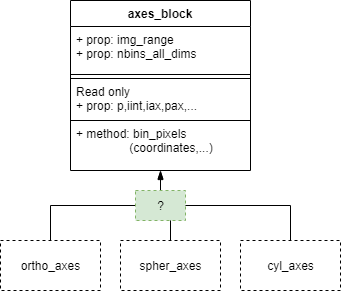
Above: documentation/diagrams/axes_block.png in pace-neutrons/Horace (draw.io), before the change. Source tidied: cells renumbered, new cells last; positions are measured from the earlier drawing's top-left corner, leaving out a move shared by most shapes. Its diagram source:
```xml
<mxGraphModel>
  <root>
    <mxCell id="0" />
    <mxCell id="1" parent="0" />
    <mxCell id="2" value="axes_block" style="swimlane;fontStyle=1;align=center;verticalAlign=top;horizontal=1;startSize=26;" parent="1" vertex="1">
      <mxGeometry x="70" width="180" height="170" as="geometry" />
    </mxCell>
    <mxCell id="3" value="+ prop: img_range&#10;+ prop: nbins_all_dims" style="text;strokeColor=none;fillColor=none;align=left;verticalAlign=top;spacingLeft=4;spacingRight=4;overflow=hidden;" parent="2" vertex="1">
      <mxGeometry y="26" width="180" height="44" as="geometry" />
    </mxCell>
    <mxCell id="4" style="line;strokeWidth=1;fillColor=none;align=left;verticalAlign=middle;spacingTop=-1;spacingLeft=3;spacingRight=3;labelPosition=right;" parent="2" vertex="1">
      <mxGeometry y="70" width="180" height="8" as="geometry" />
    </mxCell>
    <mxCell id="5" value="Read only&#10;+ prop: p,iint,iax,pax,...&#10;" style="text;fillColor=none;align=left;verticalAlign=top;spacingLeft=4;spacingRight=4;overflow=hidden;perimeterSpacing=1;strokeColor=#000000;" parent="2" vertex="1">
      <mxGeometry y="78" width="180" height="42" as="geometry" />
    </mxCell>
    <mxCell id="6" value="+ method: bin_pixels&#10;                (coordinates,...)" style="text;strokeColor=none;fillColor=none;align=left;verticalAlign=top;spacingLeft=4;spacingRight=4;overflow=hidden;points=[[0,0.5],[1,0.5]];portConstraint=eastwest;" parent="2" vertex="1">
      <mxGeometry y="120" width="180" height="50" as="geometry" />
    </mxCell>
    <mxCell id="7" style="edgeStyle=orthogonalEdgeStyle;rounded=0;jettySize=auto;html=1;entryX=0.5;entryY=1.02;entryDx=0;entryDy=0;entryPerimeter=0;endArrow=blockThin;endFill=1;" parent="1" edge="1" source="8" target="6">
      <mxGeometry relative="1" as="geometry" />
    </mxCell>
    <mxCell id="8" value="ortho_axes" style="html=1;strokeColor=#000000;dashed=1;" parent="1" vertex="1">
      <mxGeometry y="240" width="100" height="50" as="geometry" />
    </mxCell>
    <mxCell id="9" style="edgeStyle=orthogonalEdgeStyle;rounded=0;jettySize=auto;html=1;entryX=0.5;entryY=1;entryDx=0;entryDy=0;entryPerimeter=0;endArrow=blockThin;endFill=1;" parent="1" edge="1" source="10" target="6">
      <mxGeometry relative="1" as="geometry" />
    </mxCell>
    <mxCell id="10" value="cyl_axes" style="html=1;strokeColor=#000000;dashed=1;" parent="1" vertex="1">
      <mxGeometry x="240" y="240" width="100" height="50" as="geometry" />
    </mxCell>
    <mxCell id="11" style="edgeStyle=orthogonalEdgeStyle;rounded=0;jettySize=auto;html=1;exitX=0.5;exitY=0;exitDx=0;exitDy=0;endArrow=blockThin;endFill=1;" parent="1" edge="1" source="12">
      <mxGeometry relative="1" as="geometry">
        <mxPoint x="160" y="190" as="targetPoint" />
      </mxGeometry>
    </mxCell>
    <mxCell id="12" value="spher_axes" style="html=1;strokeColor=#000000;dashed=1;" parent="1" vertex="1">
      <mxGeometry x="120" y="240" width="100" height="50" as="geometry" />
    </mxCell>
    <mxCell id="13" value="?" style="html=1;dashed=1;strokeColor=#82b366;fillColor=#d5e8d4;" parent="1" vertex="1">
      <mxGeometry x="135" y="190" width="50" height="30" as="geometry" />
    </mxCell>
  </root>
</mxGraphModel>
```
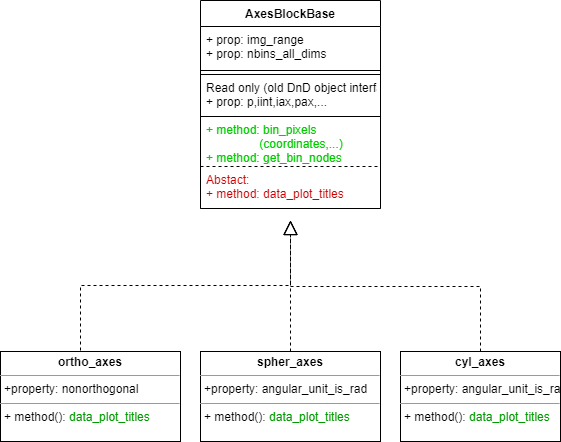
The same diagram one commit later.

Commit message:
Re #1084 updated information about sqw object design

The edit, as a diff of the source:
```diff
@@ -2,43 +2,48 @@
   <root>
     <mxCell id="0" />
     <mxCell id="1" parent="0" />
-    <mxCell id="2" value="axes_block" style="swimlane;fontStyle=1;align=center;verticalAlign=top;horizontal=1;startSize=26;" parent="1" vertex="1">
-      <mxGeometry x="70" width="180" height="170" as="geometry" />
+    <mxCell id="2" value="AxesBlockBase" style="swimlane;fontStyle=1;align=center;verticalAlign=top;horizontal=1;startSize=26;" parent="1" vertex="1">
+      <mxGeometry x="70" width="180" height="208" as="geometry" />
     </mxCell>
     <mxCell id="3" value="+ prop: img_range&#10;+ prop: nbins_all_dims" style="text;strokeColor=none;fillColor=none;align=left;verticalAlign=top;spacingLeft=4;spacingRight=4;overflow=hidden;" parent="2" vertex="1">
-      <mxGeometry y="26" width="180" height="44" as="geometry" />
+      <mxGeometry y="26" width="180" height="40" as="geometry" />
     </mxCell>
     <mxCell id="4" style="line;strokeWidth=1;fillColor=none;align=left;verticalAlign=middle;spacingTop=-1;spacingLeft=3;spacingRight=3;labelPosition=right;" parent="2" vertex="1">
-      <mxGeometry y="70" width="180" height="8" as="geometry" />
+      <mxGeometry y="66" width="180" height="8" as="geometry" />
     </mxCell>
-    <mxCell id="5" value="Read only&#10;+ prop: p,iint,iax,pax,...&#10;" style="text;fillColor=none;align=left;verticalAlign=top;spacingLeft=4;spacingRight=4;overflow=hidden;perimeterSpacing=1;strokeColor=#000000;" parent="2" vertex="1">
-      <mxGeometry y="78" width="180" height="42" as="geometry" />
+    <mxCell id="5" value="Read only (old DnD object interface)&#10;+ prop: p,iint,iax,pax,...&#10;" style="text;fillColor=none;align=left;verticalAlign=top;spacingLeft=4;spacingRight=4;overflow=hidden;perimeterSpacing=1;strokeColor=#000000;" parent="2" vertex="1">
+      <mxGeometry y="74" width="180" height="42" as="geometry" />
     </mxCell>
-    <mxCell id="6" value="+ method: bin_pixels&#10;                (coordinates,...)" style="text;strokeColor=none;fillColor=none;align=left;verticalAlign=top;spacingLeft=4;spacingRight=4;overflow=hidden;points=[[0,0.5],[1,0.5]];portConstraint=eastwest;" parent="2" vertex="1">
-      <mxGeometry y="120" width="180" height="50" as="geometry" />
+    <mxCell id="6" value="+ method: bin_pixels&#10;                (coordinates,...)&#10;+ method: get_bin_nodes&#10;" style="text;strokeColor=none;fillColor=none;align=left;verticalAlign=top;spacingLeft=4;spacingRight=4;overflow=hidden;points=[[0,0.5],[1,0.5]];portConstraint=eastwest;fontColor=#00CC00;" parent="2" vertex="1">
+      <mxGeometry y="116" width="180" height="50" as="geometry" />
     </mxCell>
-    <mxCell id="7" style="edgeStyle=orthogonalEdgeStyle;rounded=0;jettySize=auto;html=1;entryX=0.5;entryY=1.02;entryDx=0;entryDy=0;entryPerimeter=0;endArrow=blockThin;endFill=1;" parent="1" edge="1" source="8" target="6">
-      <mxGeometry relative="1" as="geometry" />
-    </mxCell>
-    <mxCell id="8" value="ortho_axes" style="html=1;strokeColor=#000000;dashed=1;" parent="1" vertex="1">
-      <mxGeometry y="240" width="100" height="50" as="geometry" />
-    </mxCell>
-    <mxCell id="9" style="edgeStyle=orthogonalEdgeStyle;rounded=0;jettySize=auto;html=1;entryX=0.5;entryY=1;entryDx=0;entryDy=0;entryPerimeter=0;endArrow=blockThin;endFill=1;" parent="1" edge="1" source="10" target="6">
-      <mxGeometry relative="1" as="geometry" />
-    </mxCell>
-    <mxCell id="10" value="cyl_axes" style="html=1;strokeColor=#000000;dashed=1;" parent="1" vertex="1">
-      <mxGeometry x="240" y="240" width="100" height="50" as="geometry" />
-    </mxCell>
-    <mxCell id="11" style="edgeStyle=orthogonalEdgeStyle;rounded=0;jettySize=auto;html=1;exitX=0.5;exitY=0;exitDx=0;exitDy=0;endArrow=blockThin;endFill=1;" parent="1" edge="1" source="12">
-      <mxGeometry relative="1" as="geometry">
-        <mxPoint x="160" y="190" as="targetPoint" />
-      </mxGeometry>
-    </mxCell>
-    <mxCell id="12" value="spher_axes" style="html=1;strokeColor=#000000;dashed=1;" parent="1" vertex="1">
-      <mxGeometry x="120" y="240" width="100" height="50" as="geometry" />
-    </mxCell>
-    <mxCell id="13" value="?" style="html=1;dashed=1;strokeColor=#82b366;fillColor=#d5e8d4;" parent="1" vertex="1">
-      <mxGeometry x="135" y="190" width="50" height="30" as="geometry" />
-    </mxCell>
+    <mxCell id="14" value="Abstact:&#10;+ method: data_plot_titles" style="text;strokeColor=default;fillColor=none;align=left;verticalAlign=top;spacingLeft=4;spacingRight=4;overflow=hidden;dashed=1;fontColor=#CC0000;" parent="2" vertex="1">
+      <mxGeometry y="166" width="180" height="42" as="geometry" />
+    </mxCell>
+    <mxCell id="15" value="&lt;p style=&quot;margin:0px;margin-top:4px;text-align:center;&quot;&gt;&lt;b&gt;ortho_axes&lt;/b&gt;&lt;/p&gt;&lt;hr size=&quot;1&quot;&gt;&lt;p style=&quot;margin:0px;margin-left:4px;&quot;&gt;+property: nonorthogonal&lt;/p&gt;&lt;hr size=&quot;1&quot;&gt;&lt;p style=&quot;margin:0px;margin-left:4px;&quot;&gt;+ method(): &lt;font color=&quot;#009900&quot;&gt;data_plot_titles&lt;/font&gt;&lt;/p&gt;" style="verticalAlign=top;align=left;overflow=fill;fontSize=12;fontFamily=Helvetica;html=1;whiteSpace=wrap;" parent="1" vertex="1">
+      <mxGeometry x="-130" y="351" width="180" height="90" as="geometry" />
+    </mxCell>
+    <mxCell id="16" value="&lt;p style=&quot;margin:0px;margin-top:4px;text-align:center;&quot;&gt;&lt;b&gt;spher_axes&lt;/b&gt;&lt;/p&gt;&lt;hr size=&quot;1&quot;&gt;&lt;p style=&quot;margin:0px;margin-left:4px;&quot;&gt;+property:&amp;nbsp;angular_unit_is_rad&lt;/p&gt;&lt;hr size=&quot;1&quot;&gt;&lt;p style=&quot;margin:0px;margin-left:4px;&quot;&gt;+ method(): &lt;font color=&quot;#009900&quot;&gt;data_plot_titles&lt;/font&gt;&lt;/p&gt;" style="verticalAlign=top;align=left;overflow=fill;fontSize=12;fontFamily=Helvetica;html=1;whiteSpace=wrap;" parent="1" vertex="1">
+      <mxGeometry x="70" y="351" width="180" height="90" as="geometry" />
+    </mxCell>
+    <mxCell id="17" value="&lt;p style=&quot;margin:0px;margin-top:4px;text-align:center;&quot;&gt;&lt;b&gt;cyl_axes&lt;/b&gt;&lt;/p&gt;&lt;hr size=&quot;1&quot;&gt;&lt;p style=&quot;margin:0px;margin-left:4px;&quot;&gt;+property:&amp;nbsp;angular_unit_is_rad&lt;/p&gt;&lt;hr size=&quot;1&quot;&gt;&lt;p style=&quot;margin:0px;margin-left:4px;&quot;&gt;+ method(): &lt;font color=&quot;#009900&quot;&gt;data_plot_titles&lt;/font&gt;&lt;/p&gt;" style="verticalAlign=top;align=left;overflow=fill;fontSize=12;fontFamily=Helvetica;html=1;whiteSpace=wrap;" parent="1" vertex="1">
+      <mxGeometry x="270" y="351" width="160" height="90" as="geometry" />
+    </mxCell>
+    <mxCell id="18" style="endArrow=block;dashed=1;endFill=0;endSize=12;html=1;rounded=0;edgeStyle=elbowEdgeStyle;elbow=vertical;" parent="1" edge="1">
+      <mxGeometry relative="1" as="geometry">
+        <mxPoint x="-50" y="350" as="sourcePoint" />
+        <mxPoint x="160" y="220" as="targetPoint" />
+      </mxGeometry>
+    </mxCell>
+    <mxCell id="19" style="endArrow=block;dashed=1;endFill=0;endSize=12;html=1;rounded=0;" parent="1" edge="1" source="16">
+      <mxGeometry relative="1" as="geometry">
+        <mxPoint x="160" y="220" as="targetPoint" />
+      </mxGeometry>
+    </mxCell>
+    <mxCell id="20" style="endArrow=block;dashed=1;endFill=0;endSize=12;html=1;rounded=0;edgeStyle=elbowEdgeStyle;elbow=vertical;" parent="1" edge="1" source="17">
+      <mxGeometry relative="1" as="geometry">
+        <mxPoint x="160" y="220" as="targetPoint" />
+      </mxGeometry>
+    </mxCell>
   </root>
 </mxGraphModel>
```
